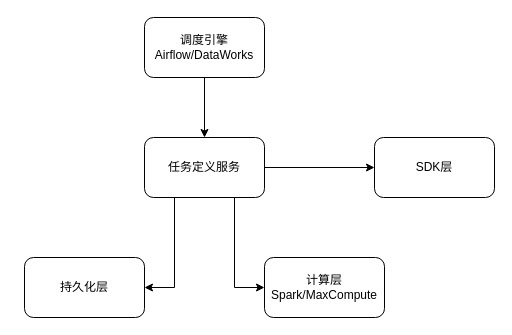
This is page "架构" (1 of 2) of 智图/智图架构.drawio from XiaoLiuAI/diagrams, a draw.io file, before an edit. Source tidied: cells renumbered, new cells numbered last; positions are measured from the earlier drawing's top-left corner, leaving out a move shared by most shapes. Both pictures are drawn from the tidied source at 100%, with x=0, y=0 at pixel (24, 17).
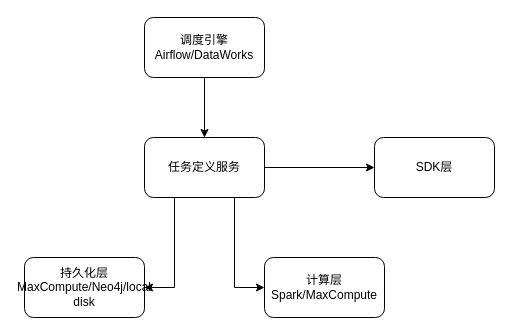
The same diagram, later.

Commit message (it also covers changes not shown here):
更新智图架构.drawio

Change to the diagram source:
```diff
@@
 <mxGraphModel>
   <root>
     <mxCell id="0" />
     <mxCell id="1" parent="0" />
     <mxCell id="2" style="edgeStyle=orthogonalEdgeStyle;rounded=0;jettySize=auto;html=1;exitX=0.5;exitY=1;exitDx=0;exitDy=0;" parent="1" edge="1" source="3" target="7">
       <mxGeometry relative="1" as="geometry" />
     </mxCell>
     <mxCell id="3" value="调度引擎&lt;br&gt;Airflow/DataWorks" style="rounded=1;whiteSpace=wrap;html=1;" parent="1" vertex="1">
       <mxGeometry x="120" width="120" height="60" as="geometry" />
     </mxCell>
     <mxCell id="4" style="edgeStyle=orthogonalEdgeStyle;rounded=0;jettySize=auto;html=1;exitX=1;exitY=0.5;exitDx=0;exitDy=0;entryX=0;entryY=0.5;entryDx=0;entryDy=0;" parent="1" edge="1" source="7" target="8">
       <mxGeometry relative="1" as="geometry" />
     </mxCell>
     <mxCell id="5" style="edgeStyle=orthogonalEdgeStyle;rounded=0;jettySize=auto;html=1;exitX=0.75;exitY=1;exitDx=0;exitDy=0;entryX=0;entryY=0.5;entryDx=0;entryDy=0;" parent="1" edge="1" source="7" target="10">
       <mxGeometry relative="1" as="geometry" />
     </mxCell>
     <mxCell id="6" style="edgeStyle=orthogonalEdgeStyle;rounded=0;jettySize=auto;html=1;exitX=0.25;exitY=1;exitDx=0;exitDy=0;entryX=1;entryY=0.5;entryDx=0;entryDy=0;" parent="1" edge="1" source="7" target="9">
       <mxGeometry relative="1" as="geometry" />
     </mxCell>
     <mxCell id="7" value="任务定义服务" style="rounded=1;whiteSpace=wrap;html=1;" parent="1" vertex="1">
       <mxGeometry x="120" y="120" width="120" height="60" as="geometry" />
     </mxCell>
     <mxCell id="8" value="SDK层" style="rounded=1;whiteSpace=wrap;html=1;" parent="1" vertex="1">
       <mxGeometry x="350" y="120" width="120" height="60" as="geometry" />
     </mxCell>
-    <mxCell id="9" value="持久化层" style="rounded=1;whiteSpace=wrap;html=1;" parent="1" vertex="1">
+    <mxCell id="9" value="持久化层&lt;br&gt;MaxCompute/Neo4j/local disk" style="rounded=1;whiteSpace=wrap;html=1;" parent="1" vertex="1">
       <mxGeometry y="240" width="120" height="60" as="geometry" />
     </mxCell>
     <mxCell id="10" value="计算层&lt;br&gt;Spark/MaxCompute" style="rounded=1;whiteSpace=wrap;html=1;" parent="1" vertex="1">
       <mxGeometry x="240" y="240" width="120" height="60" as="geometry" />
     </mxCell>
   </root>
 </mxGraphModel>
```
